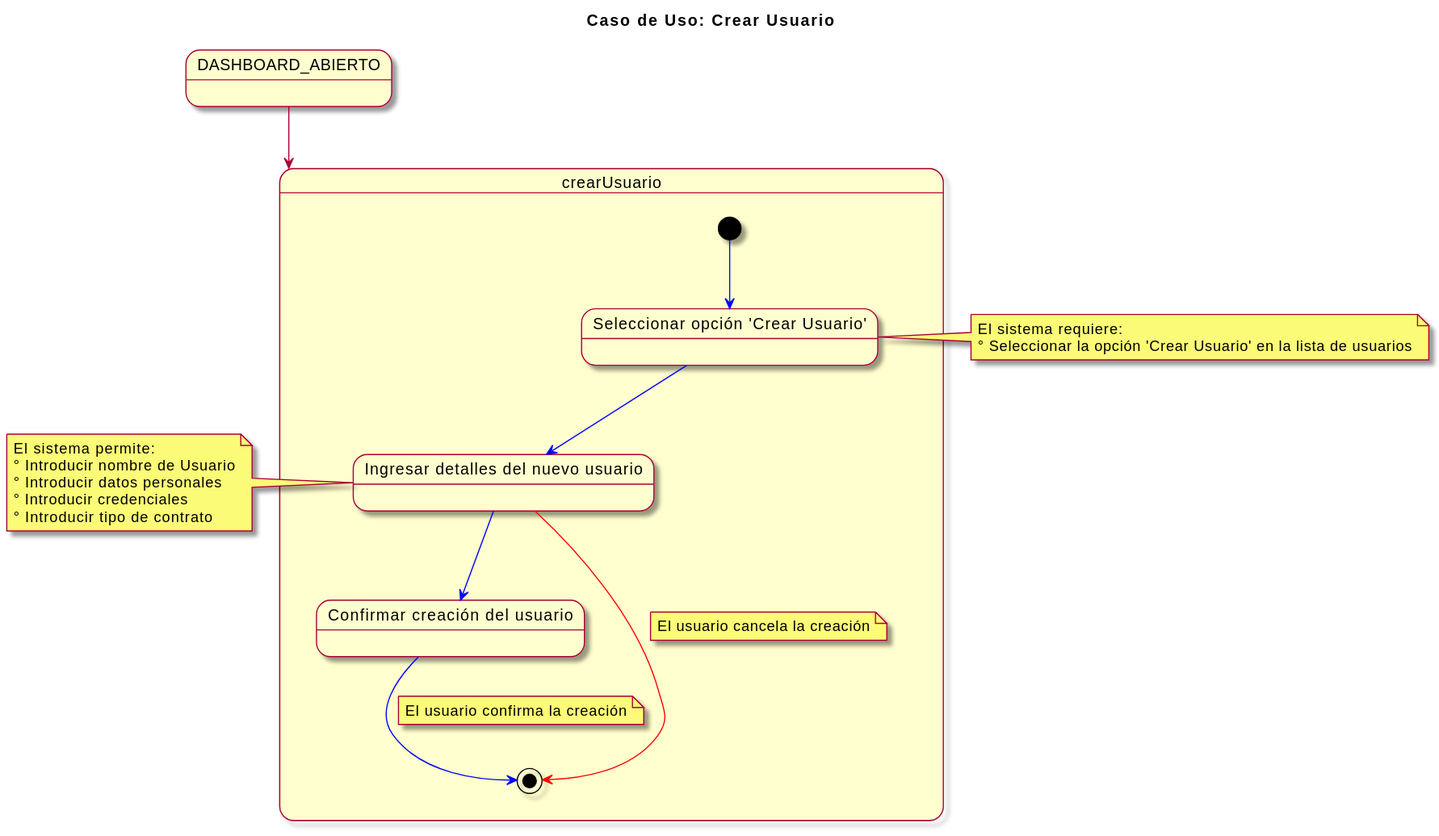
mmasias/23-24-IdSw1-SDR keeps this PlantUML diagram as imagenes/casosDeUso/detalles/crearUsuario.svg. Above is the earlier version.
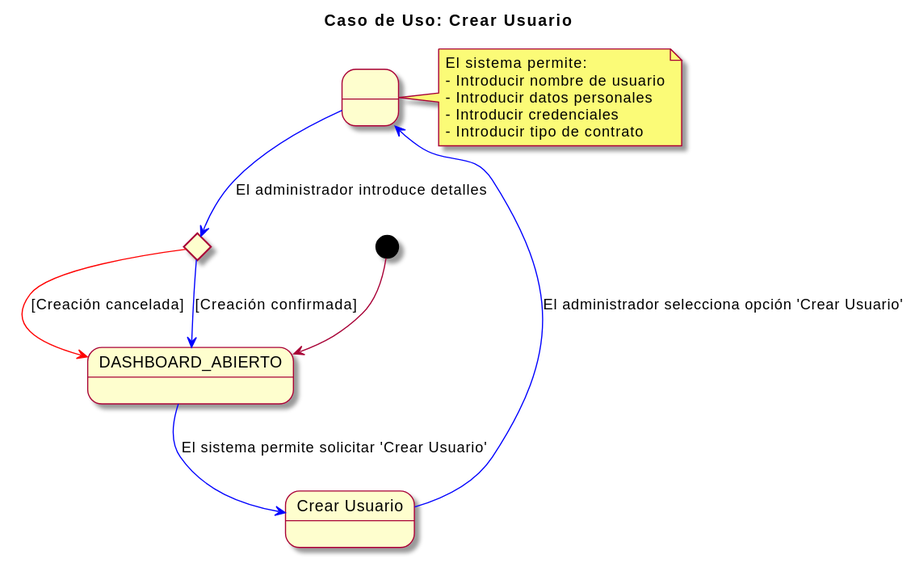
Later version of the same file.

Commit message:
modificar casos de uso crear,editar,y eliminar usuarios y eliminar desplegables del README de casos de uso

Change to the diagram source:
```diff
@@ -2,34 +2,23 @@
 skin rose
 title Caso de Uso: Crear Usuario
 
-state DASHBOARD_ABIERTO
+state DASHBOARD_ABIERTO as "DASHBOARD_ABIERTO"
+state CrearUsuario as "Crear Usuario"
+state IngresarDetallesUsuario as " "
+state ConfirmarCreacionUsuario <<choice>>
 
-DASHBOARD_ABIERTO --> crearUsuario
+[*] --> DASHBOARD_ABIERTO
+DASHBOARD_ABIERTO -[#blue]-> CrearUsuario : El sistema permite solicitar 'Crear Usuario'
+CrearUsuario -[#blue]-> IngresarDetallesUsuario : El administrador selecciona opción 'Crear Usuario'
+IngresarDetallesUsuario -[#blue]-> ConfirmarCreacionUsuario : El administrador introduce detalles
+ConfirmarCreacionUsuario -[#blue]-> DASHBOARD_ABIERTO : [Creación confirmada]
+ConfirmarCreacionUsuario -[#red]-> DASHBOARD_ABIERTO : [Creación cancelada]
 
-state crearUsuario {
-  [*] -[#blue]-> seleccionarOpcionCrear
-  state "Seleccionar opción 'Crear Usuario'" as seleccionarOpcionCrear
-  seleccionarOpcionCrear -[#blue]-> ingresarDetallesUsuario
-  state "Ingresar detalles del nuevo usuario" as ingresarDetallesUsuario
-  ingresarDetallesUsuario -[#blue]-> confirmarCreacionUsuario
-  state "Confirmar creación del usuario" as confirmarCreacionUsuario
-  confirmarCreacionUsuario -[#blue]-> [*]
-  note on link: El usuario confirma la creación
-
-  ingresarDetallesUsuario -[#red]-> [*]
-  note on link: El usuario cancela la creación
-}
-
-note left of ingresarDetallesUsuario
+note right of IngresarDetallesUsuario
   El sistema permite:
-  ° Introducir nombre de Usuario
-  ° Introducir datos personales
-  ° Introducir credenciales
-  ° Introducir tipo de contrato
-end note
-
-note left of seleccionarOpcionCrear
-  El sistema requiere:
-  ° Seleccionar la opción 'Crear Usuario' en la lista de usuarios
+  - Introducir nombre de usuario
+  - Introducir datos personales
+  - Introducir credenciales
+  - Introducir tipo de contrato
 end note
 @enduml
```
